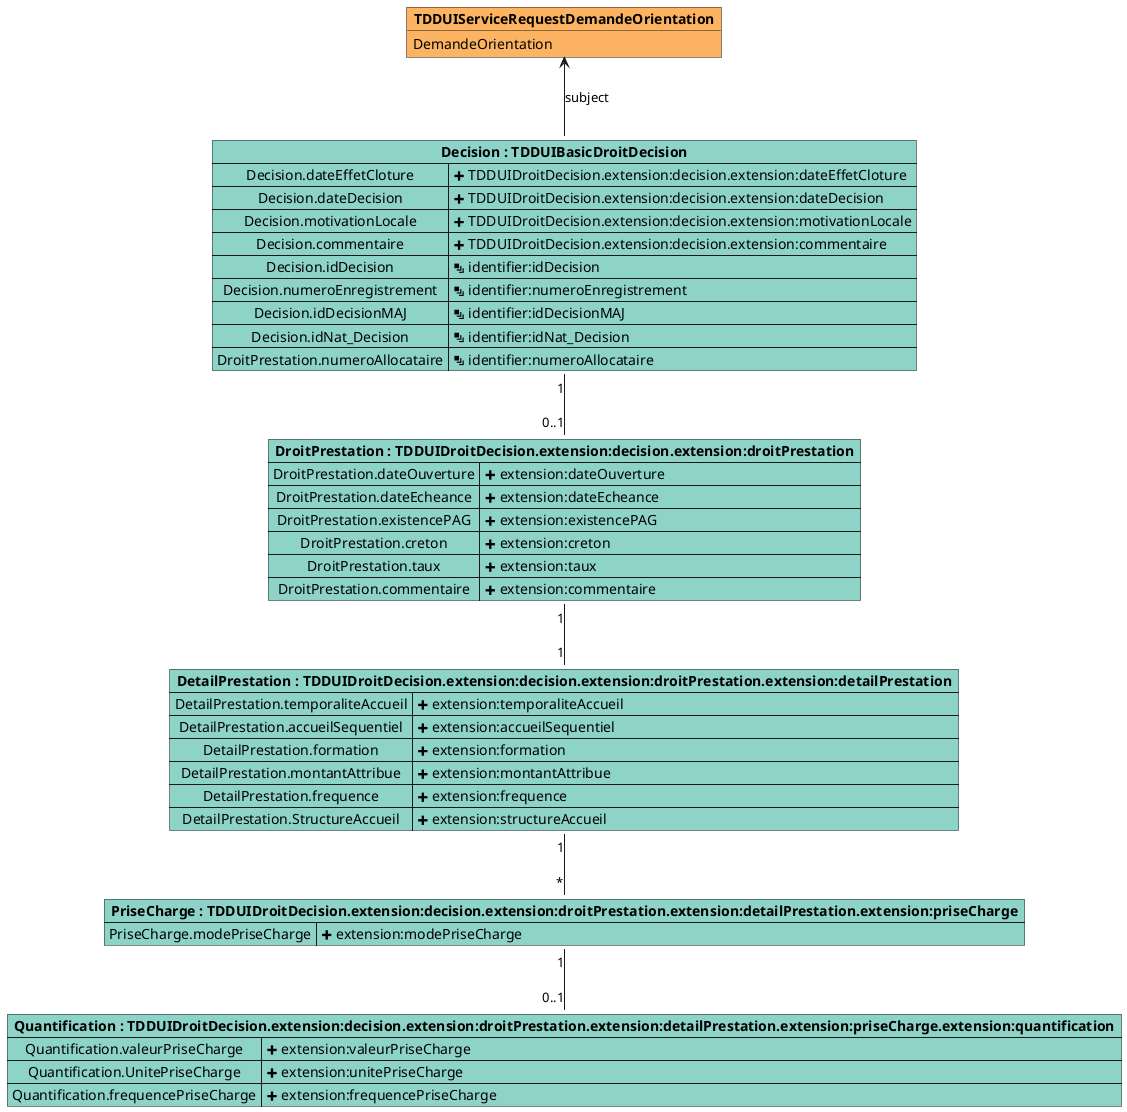
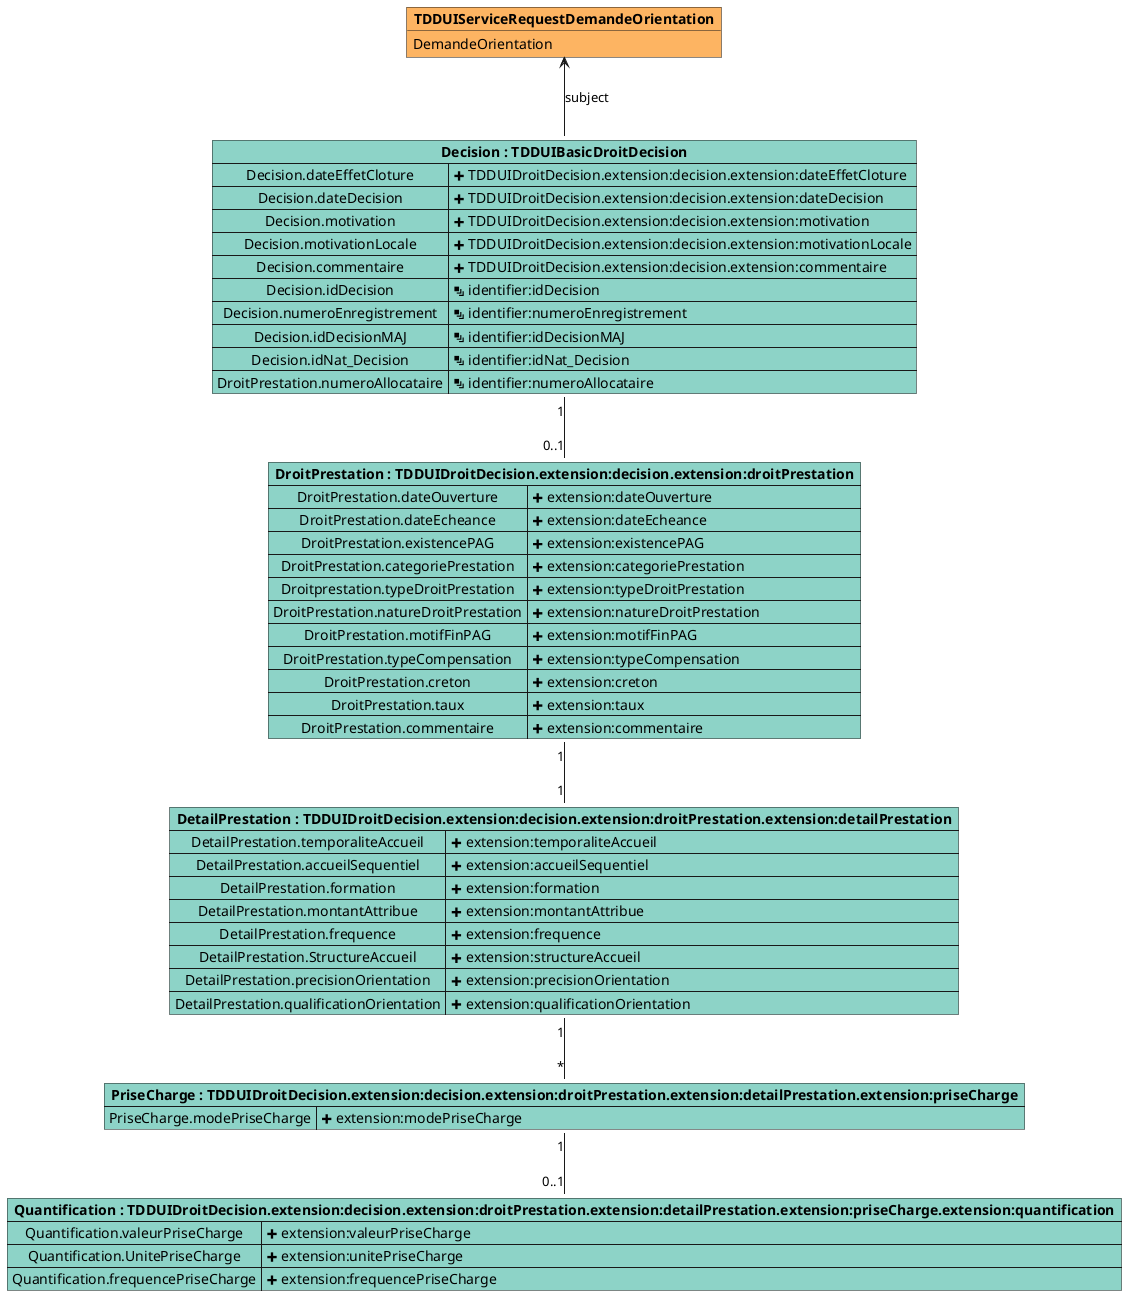
@startuml

object "**TDDUIServiceRequestDemandeOrientation**" as DemandeOrientation #fdb462 {
    DemandeOrientation
}

map "**Decision : TDDUIBasicDroitDecision**" as Decision #8dd3c7 {
    Decision.dateEffetCloture => <&plus> TDDUIDroitDecision.extension:decision.extension:dateEffetCloture
    Decision.dateDecision => <&plus> TDDUIDroitDecision.extension:decision.extension:dateDecision
+     Decision.motivation => <&plus> TDDUIDroitDecision.extension:decision.extension:motivation
    Decision.motivationLocale => <&plus> TDDUIDroitDecision.extension:decision.extension:motivationLocale
    Decision.commentaire => <&plus> TDDUIDroitDecision.extension:decision.extension:commentaire
    Decision.idDecision => <&layers> identifier:idDecision
    Decision.numeroEnregistrement => <&layers> identifier:numeroEnregistrement
    Decision.idDecisionMAJ => <&layers> identifier:idDecisionMAJ
    Decision.idNat_Decision => <&layers> identifier:idNat_Decision
    DroitPrestation.numeroAllocataire => <&layers> identifier:numeroAllocataire
    }

map "**DroitPrestation : TDDUIDroitDecision.extension:decision.extension:droitPrestation**" as DroitPrestation #8dd3c7 {

    DroitPrestation.dateOuverture => <&plus> extension:dateOuverture
    DroitPrestation.dateEcheance => <&plus> extension:dateEcheance
    DroitPrestation.existencePAG => <&plus> extension:existencePAG
+     DroitPrestation.categoriePrestation => <&plus> extension:categoriePrestation
+     Droitprestation.typeDroitPrestation => <&plus> extension:typeDroitPrestation
+     DroitPrestation.natureDroitPrestation => <&plus> extension:natureDroitPrestation
+     DroitPrestation.motifFinPAG => <&plus> extension:motifFinPAG
+     DroitPrestation.typeCompensation => <&plus> extension:typeCompensation
    DroitPrestation.creton => <&plus> extension:creton
    DroitPrestation.taux => <&plus> extension:taux
    DroitPrestation.commentaire => <&plus> extension:commentaire
}

map "**DetailPrestation : TDDUIDroitDecision.extension:decision.extension:droitPrestation.extension:detailPrestation**" as DetailPrestation #8dd3c7 {
    DetailPrestation.temporaliteAccueil => <&plus> extension:temporaliteAccueil
    DetailPrestation.accueilSequentiel => <&plus> extension:accueilSequentiel
    DetailPrestation.formation => <&plus> extension:formation
    DetailPrestation.montantAttribue => <&plus> extension:montantAttribue
    DetailPrestation.frequence => <&plus> extension:frequence
    DetailPrestation.StructureAccueil => <&plus> extension:structureAccueil
+     DetailPrestation.precisionOrientation => <&plus> extension:precisionOrientation
+     DetailPrestation.qualificationOrientation => <&plus> extension:qualificationOrientation
}

map "**PriseCharge : TDDUIDroitDecision.extension:decision.extension:droitPrestation.extension:detailPrestation.extension:priseCharge**" as PriseCharge #8dd3c7 {
    PriseCharge.modePriseCharge => <&plus> extension:modePriseCharge
}
map "**Quantification : TDDUIDroitDecision.extension:decision.extension:droitPrestation.extension:detailPrestation.extension:priseCharge.extension:quantification**" as Quantification #8dd3c7 {
    Quantification.valeurPriseCharge => <&plus> extension:valeurPriseCharge
    Quantification.UnitePriseCharge => <&plus> extension:unitePriseCharge
    Quantification.frequencePriseCharge => <&plus> extension:frequencePriseCharge

}

Decision -u-> DemandeOrientation : subject
Decision "1" -d- "0..1" DroitPrestation
DroitPrestation "1" -d- "1" DetailPrestation
DetailPrestation "1" -d- "*" PriseCharge
PriseCharge "1" -d- "0..1" Quantification


@enduml